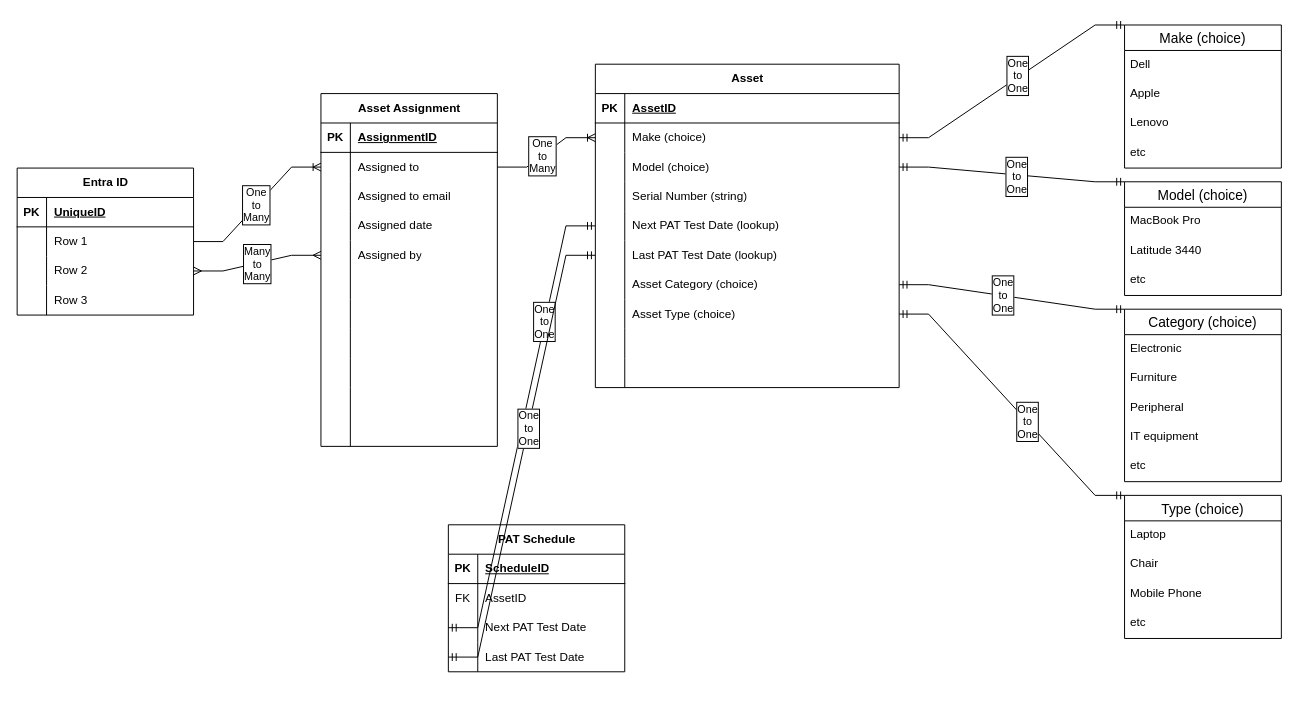
DigPacksPhilMVP/AssetManagement keeps this draw.io diagram as Untitled Diagram.drawio. Above is the earlier version. Source tidied: cells renumbered, new cells numbered last; positions are measured from the earlier drawing's top-left corner, leaving out a move shared by most shapes. Both pictures are drawn from the tidied source at 98%, with x=0, y=0 at pixel (17, 24).
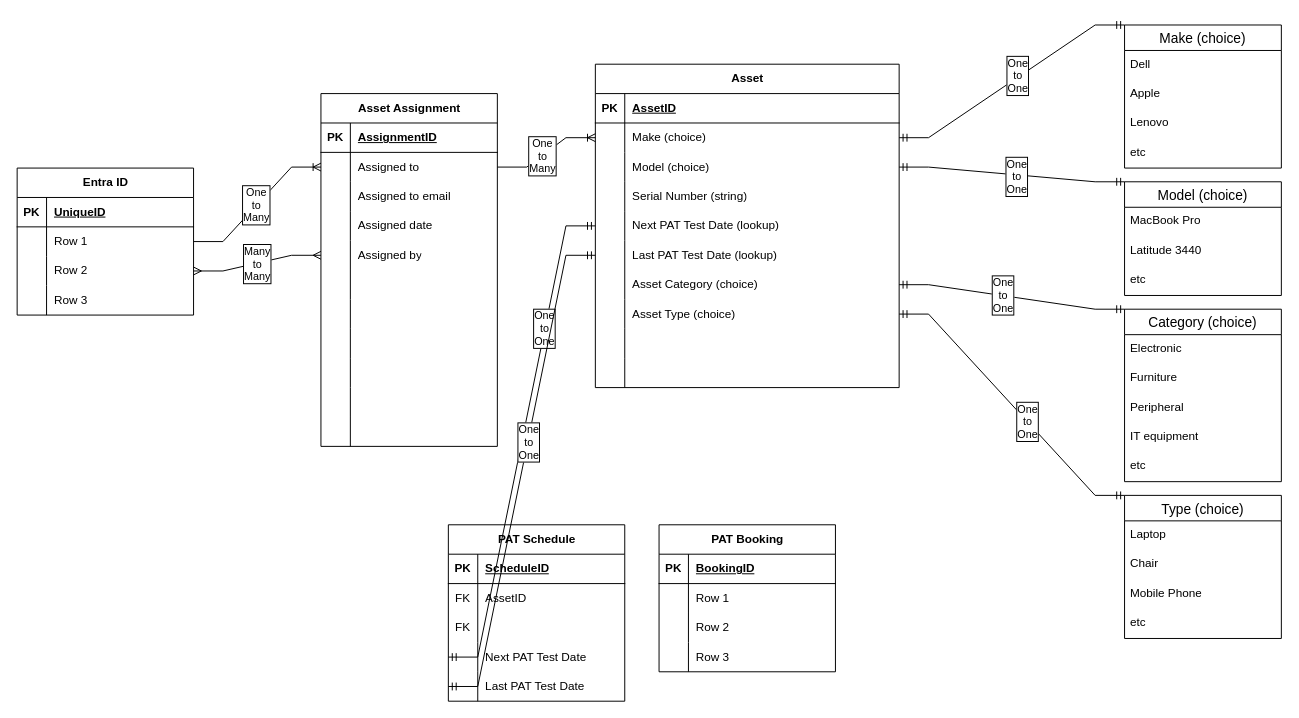
The same page after the edit.

Diff of the diagram source:
```diff
@@
     <mxCell id="84" value="PAT Schedule" style="shape=table;startSize=30;childLayout=tableLayout;rowLines=0;fontStyle=1;align=center;html=1;" parent="1" vertex="1">
-      <mxGeometry x="440" y="510" width="180" height="150" as="geometry" />
+      <mxGeometry x="440" y="510" width="180" height="180" as="geometry" />
     </mxCell>
@@
+    <mxCell id="131" style="shape=tableRow;horizontal=0;startSize=0;swimlaneHead=0;swimlaneBody=0;fillColor=none;top=0;left=0;right=0;bottom=0;" parent="84" vertex="1">
+      <mxGeometry y="90" width="180" height="30" as="geometry" />
+    </mxCell>
+    <mxCell id="132" value="FK" style="shape=partialRectangle;fillColor=none;top=0;left=0;bottom=0;right=0;overflow=hidden;whiteSpace=wrap;html=1;" parent="131" vertex="1">
+      <mxGeometry width="30" height="30" as="geometry" />
+    </mxCell>
+    <mxCell id="133" style="shape=partialRectangle;fillColor=none;top=0;left=0;bottom=0;right=0;align=left;spacingLeft=6;overflow=hidden;whiteSpace=wrap;html=1;" parent="131" vertex="1">
+      <mxGeometry x="30" width="150" height="30" as="geometry" />
+    </mxCell>
     <mxCell id="91" style="shape=tableRow;horizontal=0;startSize=0;swimlaneHead=0;swimlaneBody=0;fillColor=none;points=[[0,0.5],[1,0.5]];portConstraint=eastwest;top=0;left=0;right=0;bottom=0;" parent="84" vertex="1">
-      <mxGeometry y="90" width="180" height="30" as="geometry" />
+      <mxGeometry y="120" width="180" height="30" as="geometry" />
     </mxCell>
@@
     <mxCell id="94" style="shape=tableRow;horizontal=0;startSize=0;swimlaneHead=0;swimlaneBody=0;fillColor=none;points=[[0,0.5],[1,0.5]];portConstraint=eastwest;top=0;left=0;right=0;bottom=0;" parent="84" vertex="1">
-      <mxGeometry y="120" width="180" height="30" as="geometry" />
+      <mxGeometry y="150" width="180" height="30" as="geometry" />
     </mxCell>
@@
+    <mxCell id="134" value="PAT Booking" style="shape=table;startSize=30;childLayout=tableLayout;rowLines=0;fontStyle=1;align=center;html=1;" parent="1" vertex="1">
+      <mxGeometry x="655" y="510" width="180" height="150" as="geometry" />
+    </mxCell>
+    <mxCell id="135" style="shape=tableRow;horizontal=0;startSize=0;swimlaneHead=0;swimlaneBody=0;fillColor=none;top=0;left=0;right=0;bottom=1;" parent="134" vertex="1">
+      <mxGeometry y="30" width="180" height="30" as="geometry" />
+    </mxCell>
+    <mxCell id="136" value="PK" style="shape=partialRectangle;fillColor=none;top=0;left=0;bottom=0;right=0;fontStyle=1;overflow=hidden;whiteSpace=wrap;html=1;" parent="135" vertex="1">
+      <mxGeometry width="30" height="30" as="geometry" />
+    </mxCell>
+    <mxCell id="137" value="BookingID" style="shape=partialRectangle;fillColor=none;top=0;left=0;bottom=0;right=0;align=left;spacingLeft=6;fontStyle=5;overflow=hidden;whiteSpace=wrap;html=1;" parent="135" vertex="1">
+      <mxGeometry x="30" width="150" height="30" as="geometry" />
+    </mxCell>
+    <mxCell id="138" style="shape=tableRow;horizontal=0;startSize=0;swimlaneHead=0;swimlaneBody=0;fillColor=none;top=0;left=0;right=0;bottom=0;" parent="134" vertex="1">
+      <mxGeometry y="60" width="180" height="30" as="geometry" />
+    </mxCell>
+    <mxCell id="139" style="shape=partialRectangle;fillColor=none;top=0;left=0;bottom=0;right=0;overflow=hidden;whiteSpace=wrap;html=1;" parent="138" vertex="1">
+      <mxGeometry width="30" height="30" as="geometry" />
+    </mxCell>
+    <mxCell id="140" value="Row 1" style="shape=partialRectangle;fillColor=none;top=0;left=0;bottom=0;right=0;align=left;spacingLeft=6;overflow=hidden;whiteSpace=wrap;html=1;" parent="138" vertex="1">
+      <mxGeometry x="30" width="150" height="30" as="geometry" />
+    </mxCell>
+    <mxCell id="141" style="shape=tableRow;horizontal=0;startSize=0;swimlaneHead=0;swimlaneBody=0;fillColor=none;top=0;left=0;right=0;bottom=0;" parent="134" vertex="1">
+      <mxGeometry y="90" width="180" height="30" as="geometry" />
+    </mxCell>
+    <mxCell id="142" style="shape=partialRectangle;fillColor=none;top=0;left=0;bottom=0;right=0;overflow=hidden;whiteSpace=wrap;html=1;" parent="141" vertex="1">
+      <mxGeometry width="30" height="30" as="geometry" />
+    </mxCell>
+    <mxCell id="143" value="Row 2" style="shape=partialRectangle;fillColor=none;top=0;left=0;bottom=0;right=0;align=left;spacingLeft=6;overflow=hidden;whiteSpace=wrap;html=1;" parent="141" vertex="1">
+      <mxGeometry x="30" width="150" height="30" as="geometry" />
+    </mxCell>
+    <mxCell id="144" style="shape=tableRow;horizontal=0;startSize=0;swimlaneHead=0;swimlaneBody=0;fillColor=none;top=0;left=0;right=0;bottom=0;" parent="134" vertex="1">
+      <mxGeometry y="120" width="180" height="30" as="geometry" />
+    </mxCell>
+    <mxCell id="145" style="shape=partialRectangle;fillColor=none;top=0;left=0;bottom=0;right=0;overflow=hidden;whiteSpace=wrap;html=1;" parent="144" vertex="1">
+      <mxGeometry width="30" height="30" as="geometry" />
+    </mxCell>
+    <mxCell id="146" value="Row 3" style="shape=partialRectangle;fillColor=none;top=0;left=0;bottom=0;right=0;align=left;spacingLeft=6;overflow=hidden;whiteSpace=wrap;html=1;" parent="144" vertex="1">
+      <mxGeometry x="30" width="150" height="30" as="geometry" />
+    </mxCell>
```
